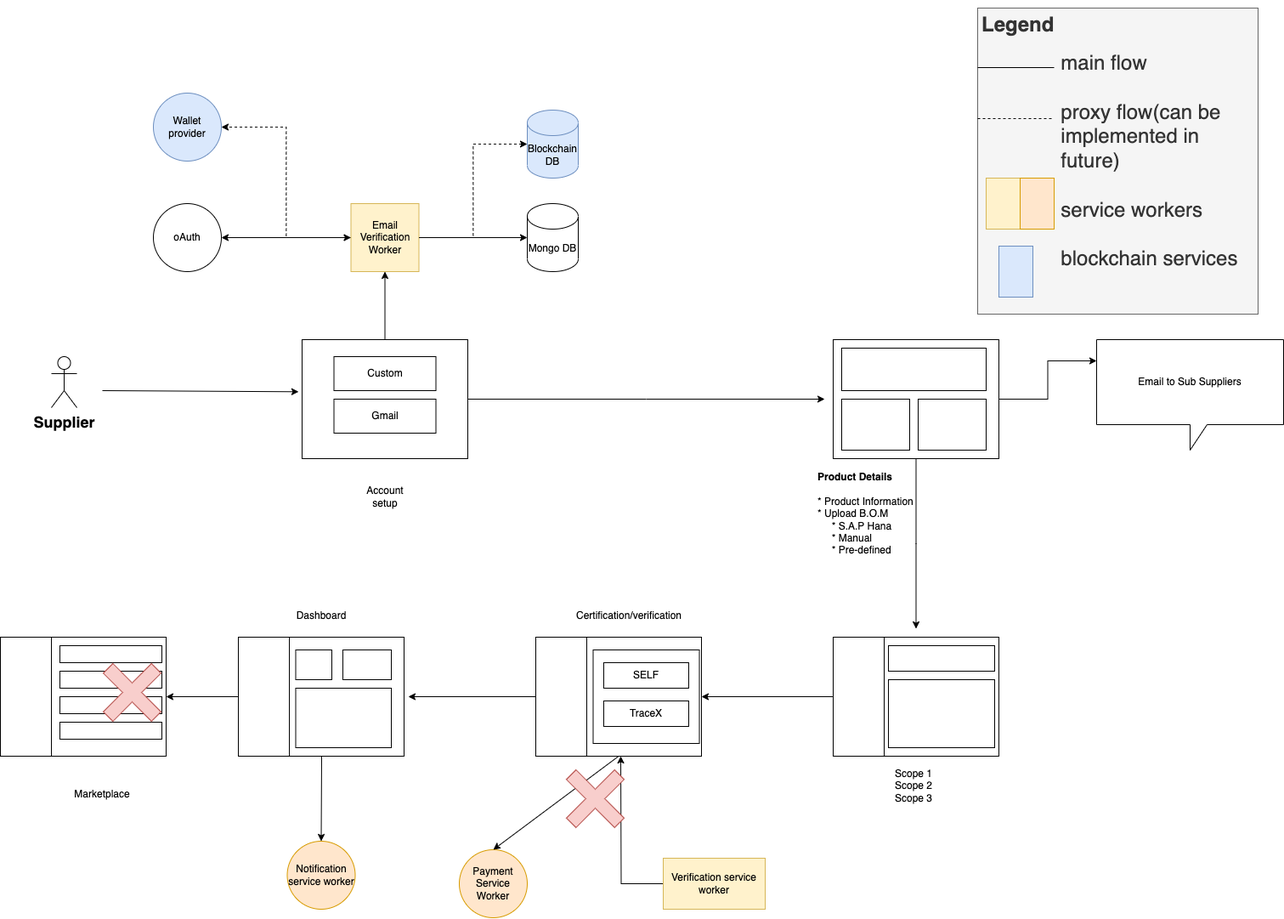
This is system-diagram-tracex.drawio.png from PriyathamVarma/traceX, a draw.io export, as it was before one commit. Source tidied: cells renumbered, new cells last; positions are measured from the earlier drawing's top-left corner, leaving out a move shared by most shapes.
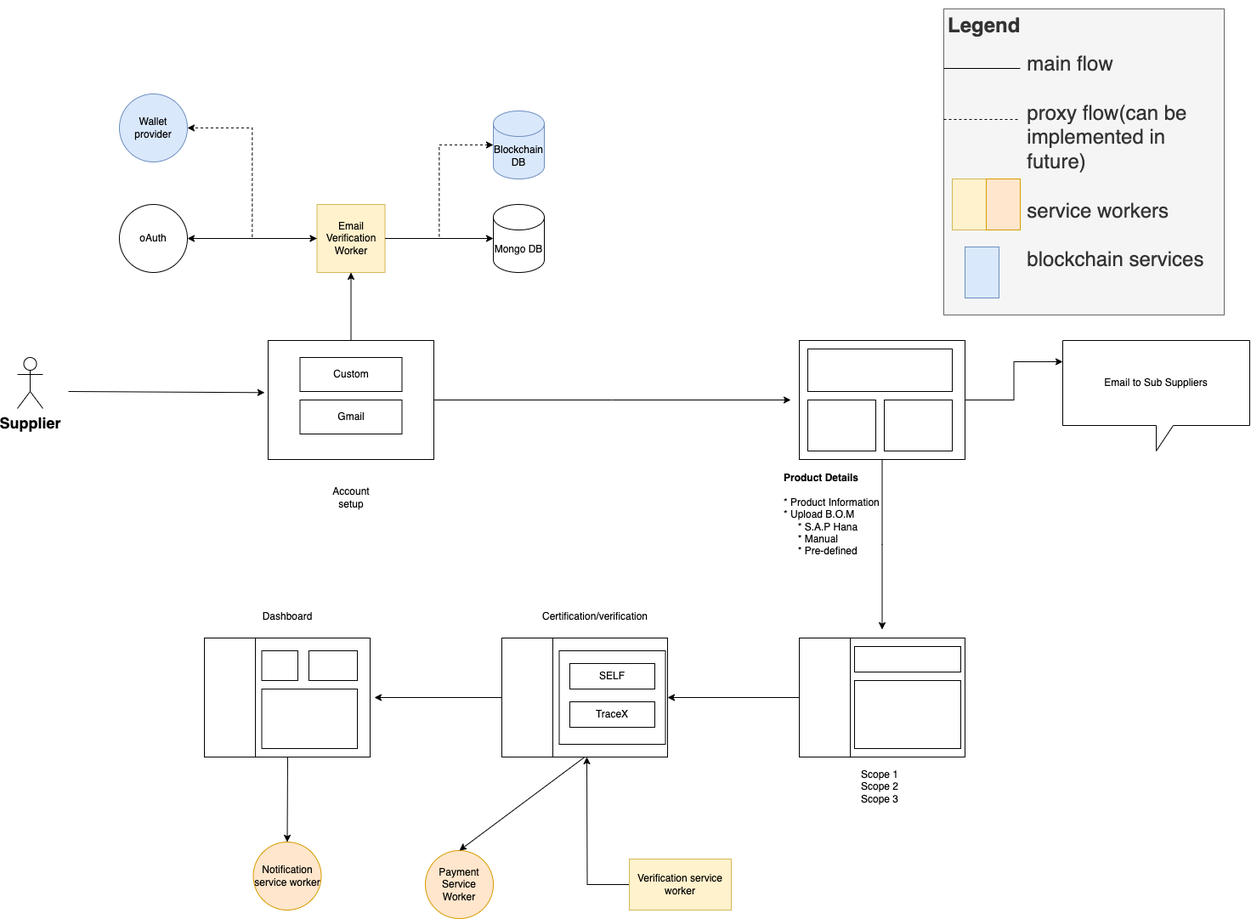
The same file after the commit.

The edit, as a diff of the source:
```diff
@@ -109,9 +109,6 @@
     <mxCell id="34" style="rounded=0;whiteSpace=wrap;html=1;" parent="1" vertex="1">
       <mxGeometry x="347.5" y="755" width="42.5" height="35" as="geometry" />
     </mxCell>
-    <mxCell id="35" style="edgeStyle=orthogonalEdgeStyle;rounded=0;jettySize=auto;html=1;entryX=1;entryY=0.5;entryDx=0;entryDy=0;" parent="1" edge="1" source="36" target="40">
-      <mxGeometry relative="1" as="geometry" />
-    </mxCell>
     <mxCell id="36" style="rounded=0;whiteSpace=wrap;html=1;" parent="1" vertex="1">
       <mxGeometry x="280" y="740" width="60" height="140" as="geometry" />
     </mxCell>
@@ -124,27 +121,6 @@
     <mxCell id="39" style="rounded=0;whiteSpace=wrap;html=1;" parent="1" vertex="1">
       <mxGeometry x="347.5" y="800" width="112.5" height="70" as="geometry" />
     </mxCell>
-    <mxCell id="40" style="rounded=0;whiteSpace=wrap;html=1;" parent="1" vertex="1">
-      <mxGeometry y="740" width="195" height="140" as="geometry" />
-    </mxCell>
-    <mxCell id="41" style="rounded=0;whiteSpace=wrap;html=1;" parent="1" vertex="1">
-      <mxGeometry y="740" width="60" height="140" as="geometry" />
-    </mxCell>
-    <mxCell id="42" style="rounded=0;whiteSpace=wrap;html=1;" parent="1" vertex="1">
-      <mxGeometry x="70" y="750" width="120" height="20" as="geometry" />
-    </mxCell>
-    <mxCell id="43" style="rounded=0;whiteSpace=wrap;html=1;" parent="1" vertex="1">
-      <mxGeometry x="70" y="780" width="120" height="20" as="geometry" />
-    </mxCell>
-    <mxCell id="44" style="rounded=0;whiteSpace=wrap;html=1;" parent="1" vertex="1">
-      <mxGeometry x="70" y="810" width="120" height="20" as="geometry" />
-    </mxCell>
-    <mxCell id="45" style="rounded=0;whiteSpace=wrap;html=1;" parent="1" vertex="1">
-      <mxGeometry x="70" y="840" width="120" height="20" as="geometry" />
-    </mxCell>
-    <mxCell id="46" value="Marketplace" style="text;html=1;strokeColor=none;fillColor=none;align=center;verticalAlign=middle;whiteSpace=wrap;rounded=0;" parent="1" vertex="1">
-      <mxGeometry x="90" y="910" width="60" height="30" as="geometry" />
-    </mxCell>
     <mxCell id="47" value="Notification service worker" style="ellipse;whiteSpace=wrap;html=1;fillColor=#ffe6cc;strokeColor=#d79b00;" parent="1" vertex="1">
       <mxGeometry x="337.5" y="980" width="80" height="80" as="geometry" />
     </mxCell>
@@ -182,12 +158,6 @@
     <mxCell id="57" style="endArrow=classic;startArrow=classic;html=1;rounded=0;exitX=1;exitY=0.5;exitDx=0;exitDy=0;entryX=0;entryY=0.5;entryDx=0;entryDy=0;" parent="1" edge="1" source="56" target="5">
       <mxGeometry relative="1" as="geometry" />
     </mxCell>
-    <mxCell id="58" style="shape=cross;whiteSpace=wrap;html=1;rotation=-45;fillColor=#f8cecc;strokeColor=#b85450;" parent="1" vertex="1">
-      <mxGeometry x="660" y="890" width="80" height="80" as="geometry" />
-    </mxCell>
-    <mxCell id="59" style="shape=cross;whiteSpace=wrap;html=1;rotation=-45;fillColor=#f8cecc;strokeColor=#b85450;" parent="1" vertex="1">
-      <mxGeometry x="115" y="765" width="80" height="80" as="geometry" />
-    </mxCell>
     <mxCell id="60" value="Wallet provider" style="ellipse;whiteSpace=wrap;html=1;fillColor=#dae8fc;strokeColor=#6c8ebf;" parent="1" vertex="1">
       <mxGeometry x="180" y="100" width="80" height="80" as="geometry" />
     </mxCell>
```
